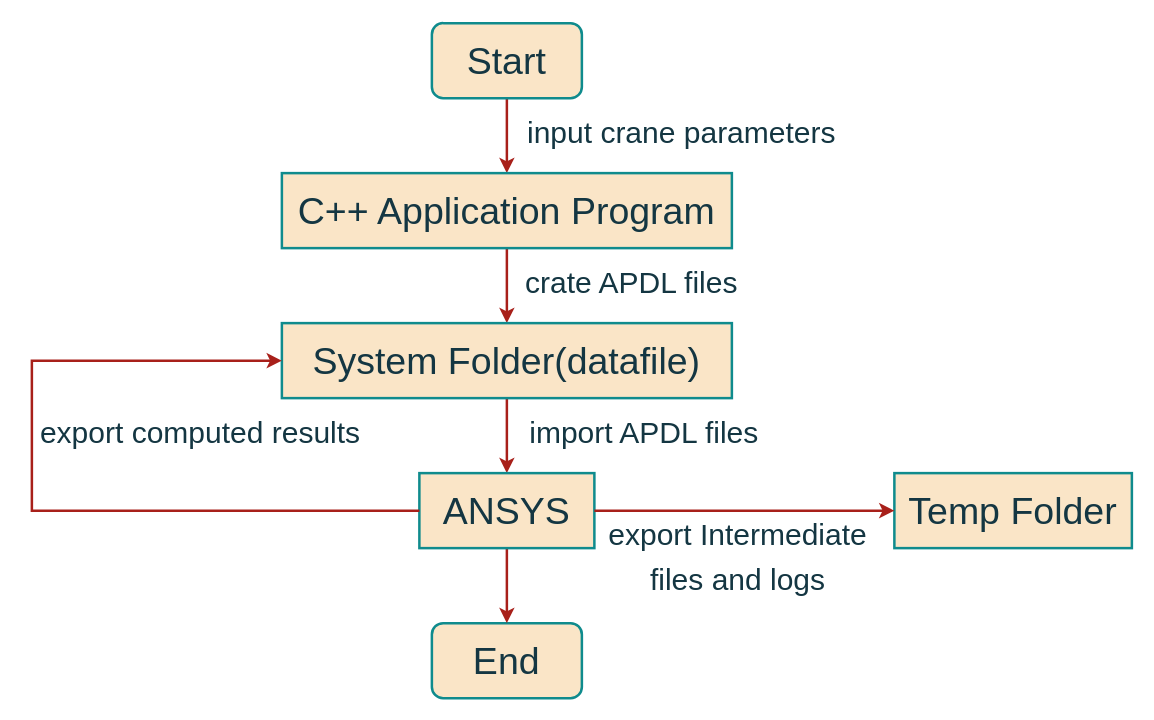
This is page "第 3 页" (3 of 5) of Graduation Design.drawio from Destiny-LB/draw.io, a draw.io file, before an edit. Source tidied: cells renumbered, new cells numbered last; positions are measured from the earlier drawing's top-left corner, leaving out a move shared by most shapes. Both pictures are drawn from the tidied source at 125%, with x=0, y=0 at pixel (31, 22).
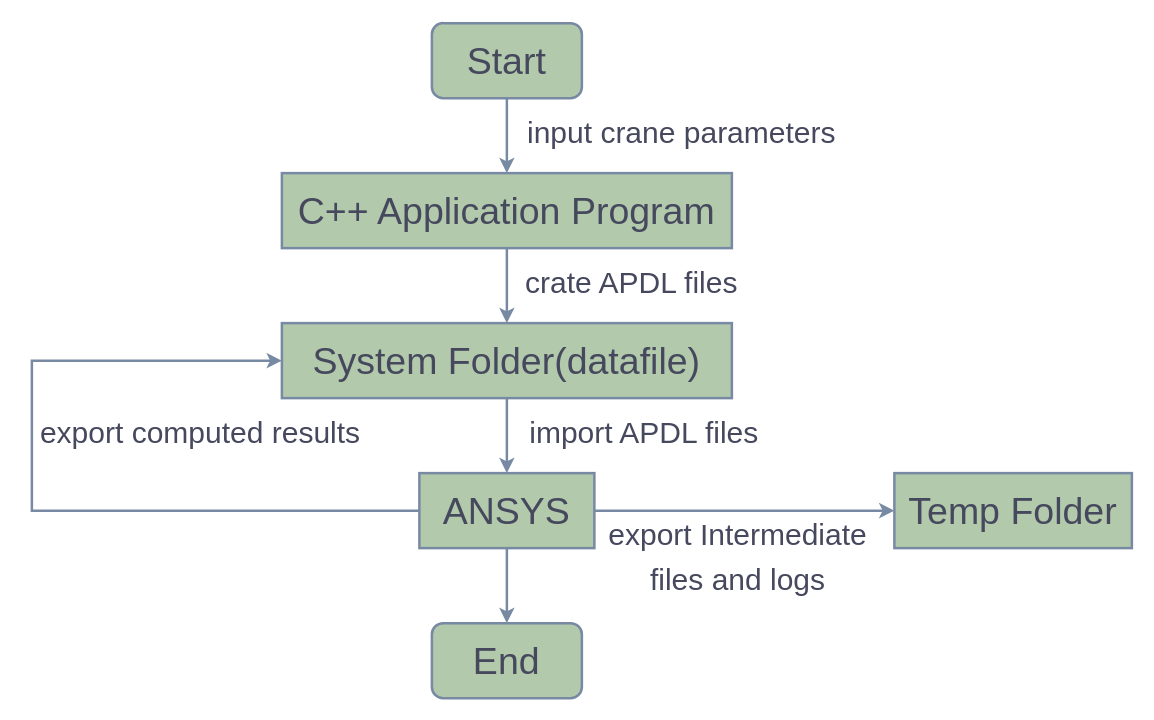
After the change.

The edit, as a diff of the source:
```diff
@@
-    <mxCell id="2" style="edgeStyle=orthogonalEdgeStyle;rounded=0;jettySize=auto;html=1;exitX=0.5;exitY=1;exitDx=0;exitDy=0;entryX=0.5;entryY=0;entryDx=0;entryDy=0;strokeWidth=2;fontSize=30;labelBackgroundColor=none;strokeColor=#A8201A;fontColor=default;" parent="1" edge="1" source="3" target="6">
+    <mxCell id="2" style="edgeStyle=orthogonalEdgeStyle;rounded=0;jettySize=auto;html=1;exitX=0.5;exitY=1;exitDx=0;exitDy=0;entryX=0.5;entryY=0;entryDx=0;entryDy=0;strokeWidth=2;fontSize=30;labelBackgroundColor=none;strokeColor=#788AA3;fontColor=default;" parent="1" edge="1" source="3" target="6">
       <mxGeometry relative="1" as="geometry" />
     </mxCell>
-    <mxCell id="3" value="&lt;font style=&quot;font-size: 30px;&quot;&gt;Start&lt;/font&gt;" style="rounded=1;whiteSpace=wrap;html=1;strokeWidth=2;labelBackgroundColor=none;fillColor=#FAE5C7;strokeColor=#0F8B8D;fontColor=#143642;" parent="1" vertex="1">
+    <mxCell id="3" value="&lt;font style=&quot;font-size: 30px;&quot;&gt;Start&lt;/font&gt;" style="rounded=1;whiteSpace=wrap;html=1;strokeWidth=2;labelBackgroundColor=none;fillColor=#B2C9AB;strokeColor=#788AA3;fontColor=#46495D;" parent="1" vertex="1">
       <mxGeometry x="320" width="120" height="60" as="geometry" />
     </mxCell>
-    <mxCell id="4" value="&lt;font style=&quot;font-size: 30px;&quot;&gt;End&lt;/font&gt;" style="rounded=1;whiteSpace=wrap;html=1;strokeWidth=2;labelBackgroundColor=none;fillColor=#FAE5C7;strokeColor=#0F8B8D;fontColor=#143642;" parent="1" vertex="1">
+    <mxCell id="4" value="&lt;font style=&quot;font-size: 30px;&quot;&gt;End&lt;/font&gt;" style="rounded=1;whiteSpace=wrap;html=1;strokeWidth=2;labelBackgroundColor=none;fillColor=#B2C9AB;strokeColor=#788AA3;fontColor=#46495D;" parent="1" vertex="1">
       <mxGeometry x="320" y="480" width="120" height="60" as="geometry" />
     </mxCell>
-    <mxCell id="5" style="edgeStyle=orthogonalEdgeStyle;rounded=0;jettySize=auto;html=1;exitX=0.5;exitY=1;exitDx=0;exitDy=0;entryX=0.5;entryY=0;entryDx=0;entryDy=0;strokeWidth=2;fontSize=30;labelBackgroundColor=none;strokeColor=#A8201A;fontColor=default;" parent="1" edge="1" source="6" target="8">
+    <mxCell id="5" style="edgeStyle=orthogonalEdgeStyle;rounded=0;jettySize=auto;html=1;exitX=0.5;exitY=1;exitDx=0;exitDy=0;entryX=0.5;entryY=0;entryDx=0;entryDy=0;strokeWidth=2;fontSize=30;labelBackgroundColor=none;strokeColor=#788AA3;fontColor=default;" parent="1" edge="1" source="6" target="8">
       <mxGeometry relative="1" as="geometry" />
     </mxCell>
-    <mxCell id="6" value="C++ Application Program" style="rounded=0;whiteSpace=wrap;html=1;strokeWidth=2;fontSize=30;labelBackgroundColor=none;fillColor=#FAE5C7;strokeColor=#0F8B8D;fontColor=#143642;" parent="1" vertex="1">
+    <mxCell id="6" value="C++ Application Program" style="rounded=0;whiteSpace=wrap;html=1;strokeWidth=2;fontSize=30;labelBackgroundColor=none;fillColor=#B2C9AB;strokeColor=#788AA3;fontColor=#46495D;" parent="1" vertex="1">
       <mxGeometry x="200" y="120" width="360" height="60" as="geometry" />
     </mxCell>
-    <mxCell id="7" style="edgeStyle=orthogonalEdgeStyle;rounded=0;jettySize=auto;html=1;exitX=0.5;exitY=1;exitDx=0;exitDy=0;entryX=0.5;entryY=0;entryDx=0;entryDy=0;strokeWidth=2;fontSize=30;labelBackgroundColor=none;strokeColor=#A8201A;fontColor=default;" parent="1" edge="1" source="8" target="11">
+    <mxCell id="7" style="edgeStyle=orthogonalEdgeStyle;rounded=0;jettySize=auto;html=1;exitX=0.5;exitY=1;exitDx=0;exitDy=0;entryX=0.5;entryY=0;entryDx=0;entryDy=0;strokeWidth=2;fontSize=30;labelBackgroundColor=none;strokeColor=#788AA3;fontColor=default;" parent="1" edge="1" source="8" target="11">
       <mxGeometry relative="1" as="geometry" />
     </mxCell>
-    <mxCell id="8" value="&lt;span class=&quot;content-right_8Zs40&quot;&gt;System Folder(datafile)&lt;/span&gt;" style="rounded=0;whiteSpace=wrap;html=1;strokeWidth=2;fontSize=30;labelBackgroundColor=none;fillColor=#FAE5C7;strokeColor=#0F8B8D;fontColor=#143642;" parent="1" vertex="1">
+    <mxCell id="8" value="&lt;span class=&quot;content-right_8Zs40&quot;&gt;System Folder(datafile)&lt;/span&gt;" style="rounded=0;whiteSpace=wrap;html=1;strokeWidth=2;fontSize=30;labelBackgroundColor=none;fillColor=#B2C9AB;strokeColor=#788AA3;fontColor=#46495D;" parent="1" vertex="1">
       <mxGeometry x="200" y="240" width="360" height="60" as="geometry" />
     </mxCell>
-    <mxCell id="9" value="Temp Folder" style="rounded=0;whiteSpace=wrap;html=1;strokeWidth=2;fontSize=30;labelBackgroundColor=none;fillColor=#FAE5C7;strokeColor=#0F8B8D;fontColor=#143642;" parent="1" vertex="1">
+    <mxCell id="9" value="Temp Folder" style="rounded=0;whiteSpace=wrap;html=1;strokeWidth=2;fontSize=30;labelBackgroundColor=none;fillColor=#B2C9AB;strokeColor=#788AA3;fontColor=#46495D;" parent="1" vertex="1">
       <mxGeometry x="690" y="360" width="190" height="60" as="geometry" />
     </mxCell>
-    <mxCell id="10" style="edgeStyle=orthogonalEdgeStyle;rounded=0;jettySize=auto;html=1;exitX=0.5;exitY=1;exitDx=0;exitDy=0;strokeWidth=2;fontSize=30;labelBackgroundColor=none;strokeColor=#A8201A;fontColor=default;" parent="1" edge="1" source="11" target="4">
+    <mxCell id="10" style="edgeStyle=orthogonalEdgeStyle;rounded=0;jettySize=auto;html=1;exitX=0.5;exitY=1;exitDx=0;exitDy=0;strokeWidth=2;fontSize=30;labelBackgroundColor=none;strokeColor=#788AA3;fontColor=default;" parent="1" edge="1" source="11" target="4">
       <mxGeometry relative="1" as="geometry" />
     </mxCell>
-    <mxCell id="11" value="ANSYS" style="rounded=0;whiteSpace=wrap;html=1;strokeWidth=2;fontSize=30;labelBackgroundColor=none;fillColor=#FAE5C7;strokeColor=#0F8B8D;fontColor=#143642;" parent="1" vertex="1">
+    <mxCell id="11" value="ANSYS" style="rounded=0;whiteSpace=wrap;html=1;strokeWidth=2;fontSize=30;labelBackgroundColor=none;fillColor=#B2C9AB;strokeColor=#788AA3;fontColor=#46495D;" parent="1" vertex="1">
       <mxGeometry x="310" y="360" width="140" height="60" as="geometry" />
     </mxCell>
-    <mxCell id="12" value="&lt;font style=&quot;font-size: 24px;&quot;&gt;input crane parameters&lt;/font&gt;" style="text;html=1;strokeColor=none;fillColor=none;align=center;verticalAlign=middle;whiteSpace=wrap;rounded=0;fontSize=30;labelBackgroundColor=none;fontColor=#143642;" parent="1" vertex="1">
+    <mxCell id="12" value="&lt;font style=&quot;font-size: 24px;&quot;&gt;input crane parameters&lt;/font&gt;" style="text;html=1;strokeColor=none;fillColor=none;align=center;verticalAlign=middle;whiteSpace=wrap;rounded=0;fontSize=30;labelBackgroundColor=none;fontColor=#46495D;" parent="1" vertex="1">
       <mxGeometry x="380" y="70" width="280" height="30" as="geometry" />
     </mxCell>
-    <mxCell id="13" value="&lt;font style=&quot;font-size: 24px;&quot;&gt;crate APDL files&lt;/font&gt;" style="text;html=1;strokeColor=none;fillColor=none;align=center;verticalAlign=middle;whiteSpace=wrap;rounded=0;fontSize=30;labelBackgroundColor=none;fontColor=#143642;" parent="1" vertex="1">
+    <mxCell id="13" value="&lt;font style=&quot;font-size: 24px;&quot;&gt;crate APDL files&lt;/font&gt;" style="text;html=1;strokeColor=none;fillColor=none;align=center;verticalAlign=middle;whiteSpace=wrap;rounded=0;fontSize=30;labelBackgroundColor=none;fontColor=#46495D;" parent="1" vertex="1">
       <mxGeometry x="380" y="190" width="200" height="30" as="geometry" />
     </mxCell>
-    <mxCell id="14" value="&lt;font style=&quot;font-size: 24px;&quot;&gt;import APDL files&lt;/font&gt;" style="text;html=1;strokeColor=none;fillColor=none;align=center;verticalAlign=middle;whiteSpace=wrap;rounded=0;fontSize=30;labelBackgroundColor=none;fontColor=#143642;" parent="1" vertex="1">
+    <mxCell id="14" value="&lt;font style=&quot;font-size: 24px;&quot;&gt;import APDL files&lt;/font&gt;" style="text;html=1;strokeColor=none;fillColor=none;align=center;verticalAlign=middle;whiteSpace=wrap;rounded=0;fontSize=30;labelBackgroundColor=none;fontColor=#46495D;" parent="1" vertex="1">
       <mxGeometry x="380" y="310" width="220" height="30" as="geometry" />
     </mxCell>
-    <mxCell id="15" value="&lt;font style=&quot;font-size: 24px;&quot;&gt;export&amp;nbsp;computed results&lt;/font&gt;" style="text;html=1;strokeColor=none;fillColor=none;align=center;verticalAlign=middle;whiteSpace=wrap;rounded=0;fontSize=30;labelBackgroundColor=none;fontColor=#143642;" parent="1" vertex="1">
+    <mxCell id="15" value="&lt;font style=&quot;font-size: 24px;&quot;&gt;export&amp;nbsp;computed results&lt;/font&gt;" style="text;html=1;strokeColor=none;fillColor=none;align=center;verticalAlign=middle;whiteSpace=wrap;rounded=0;fontSize=30;labelBackgroundColor=none;fontColor=#46495D;" parent="1" vertex="1">
       <mxGeometry y="310" width="270" height="30" as="geometry" />
     </mxCell>
-    <mxCell id="16" value="&lt;font style=&quot;font-size: 24px;&quot;&gt;export&amp;nbsp;Intermediate files and logs&lt;/font&gt;" style="text;html=1;strokeColor=none;fillColor=none;align=center;verticalAlign=middle;whiteSpace=wrap;rounded=0;fontSize=30;labelBackgroundColor=none;fontColor=#143642;" parent="1" vertex="1">
+    <mxCell id="16" value="&lt;font style=&quot;font-size: 24px;&quot;&gt;export&amp;nbsp;Intermediate files and logs&lt;/font&gt;" style="text;html=1;strokeColor=none;fillColor=none;align=center;verticalAlign=middle;whiteSpace=wrap;rounded=0;fontSize=30;labelBackgroundColor=none;fontColor=#46495D;" parent="1" vertex="1">
       <mxGeometry x="460" y="390" width="210" height="70" as="geometry" />
     </mxCell>
-    <mxCell id="17" style="endArrow=classic;html=1;rounded=0;strokeWidth=2;fontSize=24;exitX=0;exitY=0.5;exitDx=0;exitDy=0;entryX=0;entryY=0.5;entryDx=0;entryDy=0;labelBackgroundColor=none;strokeColor=#A8201A;fontColor=default;" parent="1" edge="1" source="11" target="8">
+    <mxCell id="17" style="endArrow=classic;html=1;rounded=0;strokeWidth=2;fontSize=24;exitX=0;exitY=0.5;exitDx=0;exitDy=0;entryX=0;entryY=0.5;entryDx=0;entryDy=0;labelBackgroundColor=none;strokeColor=#788AA3;fontColor=default;" parent="1" edge="1" source="11" target="8">
       <mxGeometry relative="1" as="geometry">
         <Array as="points">
           <mxPoint y="390" />
           <mxPoint y="270" />
         </Array>
       </mxGeometry>
     </mxCell>
-    <mxCell id="18" style="endArrow=classic;html=1;rounded=0;strokeWidth=2;fontSize=24;exitX=1;exitY=0.5;exitDx=0;exitDy=0;entryX=0;entryY=0.5;entryDx=0;entryDy=0;labelBackgroundColor=none;strokeColor=#A8201A;fontColor=default;" parent="1" edge="1" source="11" target="9">
+    <mxCell id="18" style="endArrow=classic;html=1;rounded=0;strokeWidth=2;fontSize=24;exitX=1;exitY=0.5;exitDx=0;exitDy=0;entryX=0;entryY=0.5;entryDx=0;entryDy=0;labelBackgroundColor=none;strokeColor=#788AA3;fontColor=default;" parent="1" edge="1" source="11" target="9">
       <mxGeometry relative="1" as="geometry" />
     </mxCell>
```
